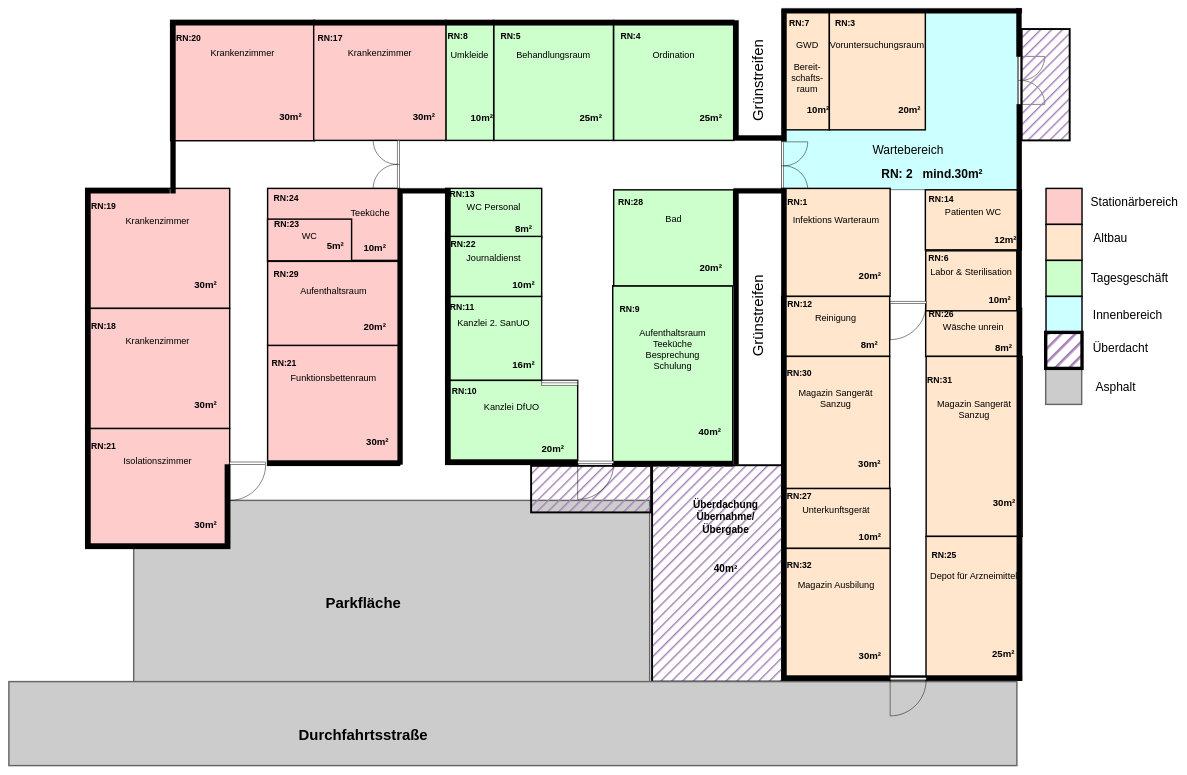
The draw.io diagram Kopie von Unbenanntes Diagramm.drawio in Yeetmoser/asd, before the edit. Source tidied: cells renumbered, new cells numbered last; positions are measured from the earlier drawing's top-left corner, leaving out a move shared by most shapes. Both pictures are drawn from the tidied source at 48%, with x=0, y=0 at pixel (9, 8).
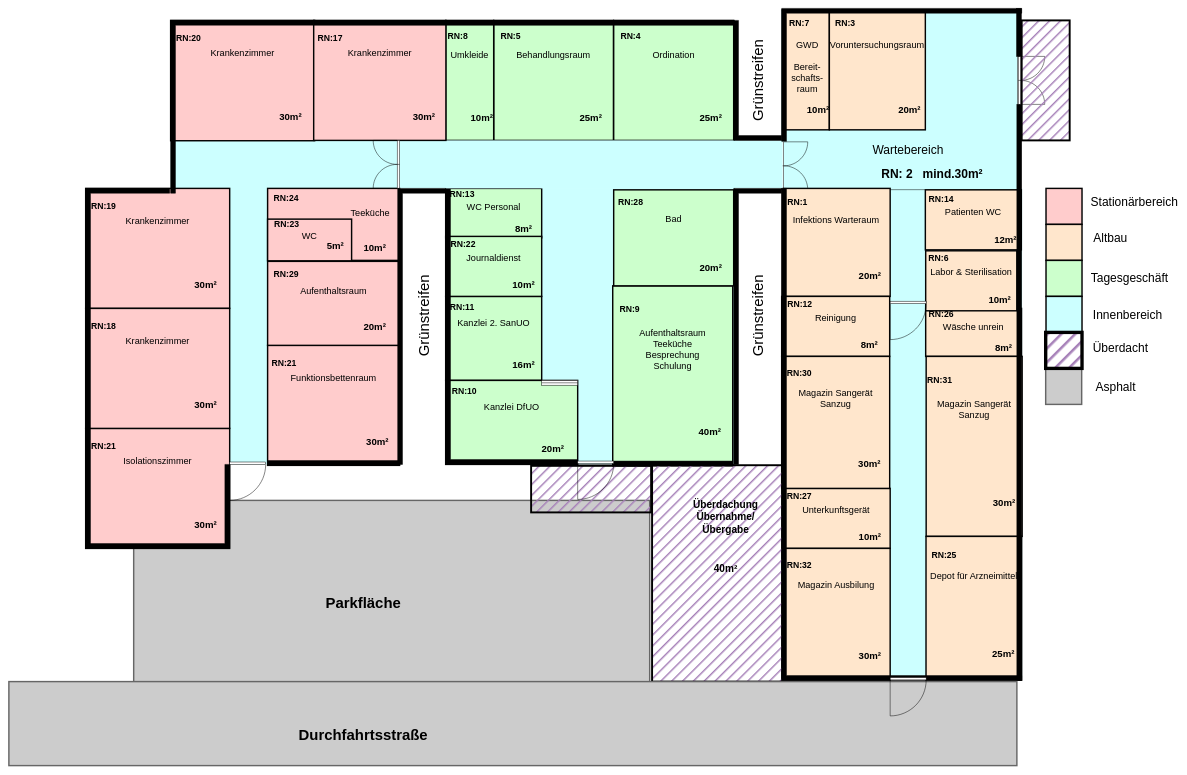
The same diagram, later.

Change to the diagram source:
```diff
@@
+    <mxCell id="210" style="rounded=0;whiteSpace=wrap;html=1;fillColor=#CCFFFF;" parent="1" vertex="1">
+      <mxGeometry x="912" y="25" width="600" height="925" as="geometry" />
+    </mxCell>
+    <mxCell id="211" style="rounded=0;whiteSpace=wrap;html=1;fillColor=#CCFFFF;strokeColor=none;" parent="1" vertex="1">
+      <mxGeometry x="337" y="25" width="473" height="925" as="geometry" />
+    </mxCell>
+    <mxCell id="212" style="rounded=0;whiteSpace=wrap;html=1;fillColor=#CCFFFF;strokeColor=none;" parent="1" vertex="1">
+      <mxGeometry x="1611" y="375" width="500" height="1020.5" as="geometry" />
+    </mxCell>
@@
     <mxCell id="92" style="group;" parent="1" vertex="1">
-      <mxGeometry x="1611" y="1125" width="225" height="275" as="geometry" />
+      <mxGeometry x="1611" y="1125" width="500" height="275" as="geometry" />
     </mxCell>
@@
     <mxCell id="129" style="group;" parent="1" vertex="1">
-      <mxGeometry x="337" y="25" width="300" height="351" as="geometry" />
+      <mxGeometry x="337" y="25" width="1275" height="925" as="geometry" />
     </mxCell>
+    <mxCell id="213" style="rounded=0;whiteSpace=wrap;html=1;fillColor=#CCFFFF;strokeColor=none;" parent="129" vertex="1">
+      <mxGeometry x="398" y="250" width="877" height="100" as="geometry" />
+    </mxCell>
@@
+    <mxCell id="214" value="Grünstreifen" style="text;html=1;strokeColor=none;fillColor=none;align=center;verticalAlign=middle;whiteSpace=wrap;rounded=0;strokeWidth=4;fontSize=31;rotation=-90;" parent="129" vertex="1">
+      <mxGeometry x="498" y="600" width="60" height="30" as="geometry" />
+    </mxCell>
@@
     <mxCell id="190" style="rounded=0;whiteSpace=wrap;html=1;fillStyle=hatch;fontSize=25;fillColor=#A680B8;gradientColor=none;strokeWidth=4;" parent="1" vertex="1">
-      <mxGeometry x="2110" y="43" width="100" height="232" as="geometry" />
+      <mxGeometry x="2110" y="25" width="100" height="250" as="geometry" />
     </mxCell>
```
